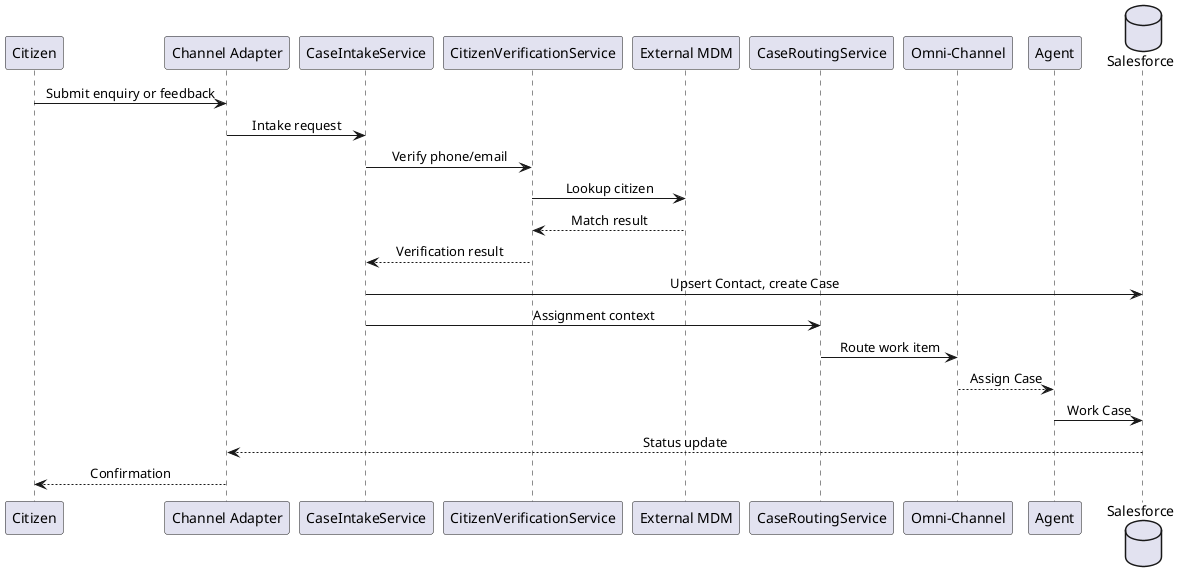
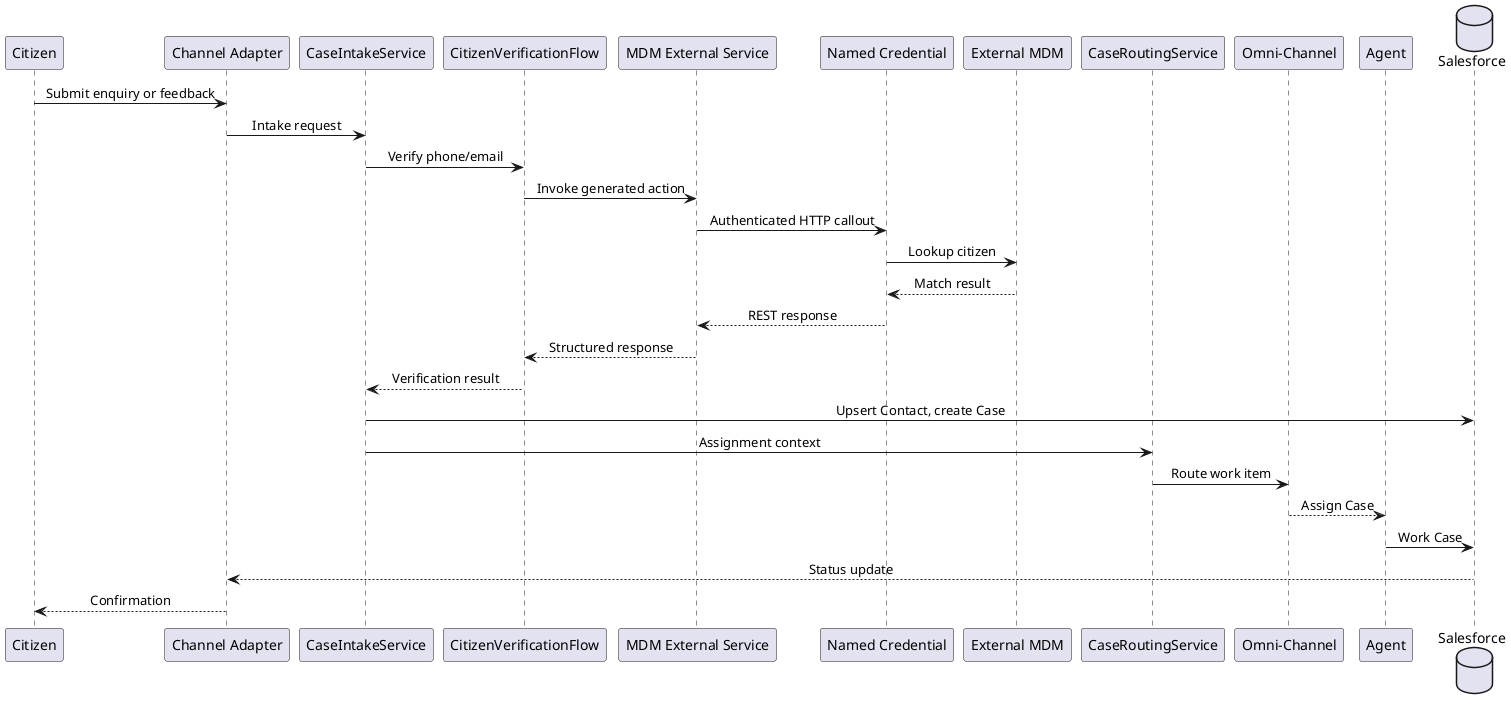
@startuml
skinparam sequenceMessageAlign center

participant Citizen
participant "Channel Adapter" as Channel
participant CaseIntakeService
- participant CitizenVerificationService
+ participant CitizenVerificationFlow
+ participant "MDM External Service" as ExternalService
+ participant "Named Credential" as NamedCredential
participant "External MDM" as MDM
participant CaseRoutingService
participant "Omni-Channel" as Omni
participant Agent
database Salesforce

Citizen -> Channel : Submit enquiry or feedback
Channel -> CaseIntakeService : Intake request
- CaseIntakeService -> CitizenVerificationService : Verify phone/email
- CitizenVerificationService -> MDM : Lookup citizen
- MDM --> CitizenVerificationService : Match result
- CitizenVerificationService --> CaseIntakeService : Verification result
+ CaseIntakeService -> CitizenVerificationFlow : Verify phone/email
+ CitizenVerificationFlow -> ExternalService : Invoke generated action
+ ExternalService -> NamedCredential : Authenticated HTTP callout
+ NamedCredential -> MDM : Lookup citizen
+ MDM --> NamedCredential : Match result
+ NamedCredential --> ExternalService : REST response
+ ExternalService --> CitizenVerificationFlow : Structured response
+ CitizenVerificationFlow --> CaseIntakeService : Verification result
CaseIntakeService -> Salesforce : Upsert Contact, create Case
CaseIntakeService -> CaseRoutingService : Assignment context
CaseRoutingService -> Omni : Route work item
Omni --> Agent : Assign Case
Agent -> Salesforce : Work Case
Salesforce --> Channel : Status update
Channel --> Citizen : Confirmation

@enduml
